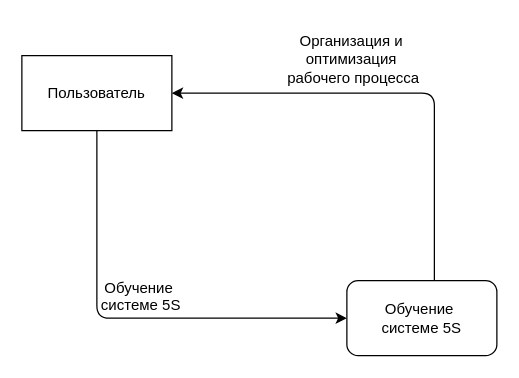
Before: page "DFD" (4 of 5) of курсач.drawio in Vlad-Efremovv/kursach, a draw.io diagram. Source tidied: cells renumbered, new cells numbered last; positions are measured from the earlier drawing's top-left corner, leaving out a move shared by most shapes. Both pictures are drawn from the tidied source at 125%, with x=0, y=0 at pixel (21, 21).
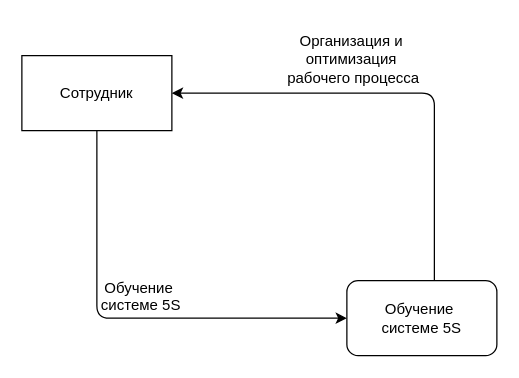
After the change.

The edit, as a diff of the source:
```diff
@@
 <mxGraphModel>
   <root>
     <mxCell id="0" />
     <mxCell id="1" parent="0" />
     <mxCell id="2" style="edgeStyle=orthogonalEdgeStyle;rounded=1;jettySize=auto;html=1;entryX=0;entryY=0.5;entryDx=0;entryDy=0;curved=0;" parent="1" edge="1" source="3" target="5">
       <mxGeometry relative="1" as="geometry">
         <Array as="points">
           <mxPoint x="60" y="237" />
         </Array>
       </mxGeometry>
     </mxCell>
-    <mxCell id="3" value="Пользователь" style="rounded=0;whiteSpace=wrap;html=1;" parent="1" vertex="1">
+    <mxCell id="3" value="Сотрудник" style="rounded=0;whiteSpace=wrap;html=1;" parent="1" vertex="1">
       <mxGeometry y="27" width="120" height="60" as="geometry" />
     </mxCell>
     <mxCell id="4" style="edgeStyle=orthogonalEdgeStyle;rounded=1;jettySize=auto;html=1;entryX=1;entryY=0.5;entryDx=0;entryDy=0;curved=0;" parent="1" edge="1" source="5" target="3">
       <mxGeometry relative="1" as="geometry">
         <Array as="points">
           <mxPoint x="330" y="57" />
         </Array>
       </mxGeometry>
     </mxCell>
     <mxCell id="5" value="Обучение&amp;nbsp;&lt;div&gt;системе 5S&lt;/div&gt;" style="rounded=1;whiteSpace=wrap;html=1;" parent="1" vertex="1">
       <mxGeometry x="260" y="207" width="120" height="60" as="geometry" />
     </mxCell>
     <mxCell id="6" value="Организация и&amp;nbsp;&lt;div&gt;оптимизация&amp;nbsp;&lt;/div&gt;&lt;div&gt;рабочего процесса&lt;/div&gt;" style="text;html=1;align=center;verticalAlign=middle;strokeColor=none;fillColor=none;" parent="1" vertex="1">
       <mxGeometry x="200" width="130" height="60" as="geometry" />
     </mxCell>
     <mxCell id="7" value="Обучение&amp;nbsp;&lt;div&gt;системе 5S&lt;div&gt;&lt;br&gt;&lt;/div&gt;&lt;/div&gt;" style="text;html=1;align=center;verticalAlign=middle;strokeColor=none;fillColor=none;" parent="1" vertex="1">
       <mxGeometry x="50" y="197" width="90" height="60" as="geometry" />
     </mxCell>
   </root>
 </mxGraphModel>
```
